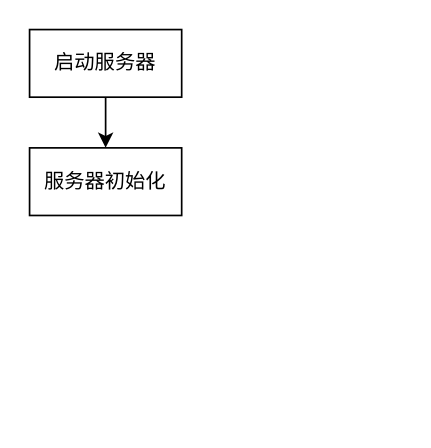
The draw.io diagram redis/事件调度.drawio in buxiangchixiangcai/draw, before the edit. Source tidied: cells renumbered, new cells numbered last; positions are measured from the earlier drawing's top-left corner, leaving out a move shared by most shapes. Both pictures are drawn from the tidied source at 169%, with x=0, y=0 at pixel (29, 29).
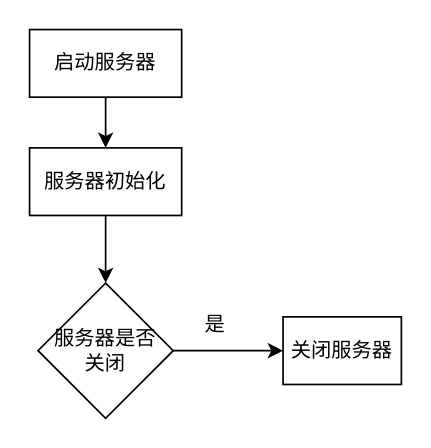
Above is the later version.

Commit message (it also covers changes not shown here):
更新事件调度.drawio

Diff of the diagram source:
```diff
@@
 <mxGraphModel>
   <root>
     <mxCell id="0" />
     <mxCell id="1" parent="0" />
     <mxCell id="2" style="edgeStyle=orthogonalEdgeStyle;rounded=0;jettySize=auto;html=1;" parent="1" edge="1" source="3" target="4">
       <mxGeometry relative="1" as="geometry" />
     </mxCell>
     <mxCell id="3" value="启动服务器" style="rounded=0;whiteSpace=wrap;html=1;direction=south;" parent="1" vertex="1">
       <mxGeometry width="90" height="40" as="geometry" />
     </mxCell>
+    <mxCell id="5" style="edgeStyle=orthogonalEdgeStyle;rounded=0;jettySize=auto;html=1;entryX=0.5;entryY=0;entryDx=0;entryDy=0;" parent="1" edge="1" source="4" target="7">
+      <mxGeometry relative="1" as="geometry" />
+    </mxCell>
     <mxCell id="4" value="服务器初始化" style="rounded=0;whiteSpace=wrap;html=1;direction=south;" parent="1" vertex="1">
       <mxGeometry y="70" width="90" height="40" as="geometry" />
     </mxCell>
+    <mxCell id="6" style="edgeStyle=orthogonalEdgeStyle;rounded=0;jettySize=auto;html=1;entryX=0;entryY=0.5;entryDx=0;entryDy=0;" parent="1" edge="1" source="7" target="8">
+      <mxGeometry relative="1" as="geometry" />
+    </mxCell>
+    <mxCell id="7" value="服务器是否&lt;div&gt;关闭&lt;/div&gt;" style="rhombus;whiteSpace=wrap;html=1;" parent="1" vertex="1">
+      <mxGeometry x="5" y="150" width="80" height="80" as="geometry" />
+    </mxCell>
+    <mxCell id="8" value="关闭服务器" style="rounded=0;whiteSpace=wrap;html=1;" parent="1" vertex="1">
+      <mxGeometry x="150" y="170" width="70" height="40" as="geometry" />
+    </mxCell>
+    <mxCell id="9" value="是" style="text;html=1;align=center;verticalAlign=middle;whiteSpace=wrap;rounded=0;" parent="1" vertex="1">
+      <mxGeometry x="80" y="160" width="60" height="30" as="geometry" />
+    </mxCell>
   </root>
 </mxGraphModel>
```
